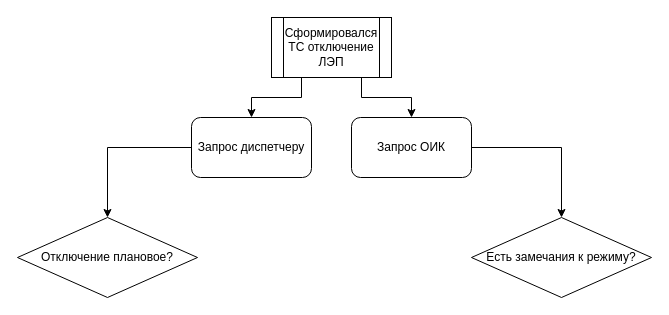
Above: Untitled Diagram.drawio in MyodsOnline/web_interfaces (draw.io), before the change. Source tidied: cells renumbered, new cells numbered last; positions are measured from the earlier drawing's top-left corner, leaving out a move shared by most shapes. Both pictures are drawn from the tidied source at 100%, with x=0, y=0 at pixel (17, 17).
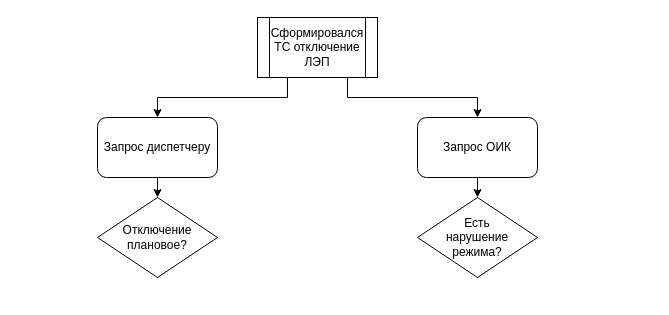
The same diagram, later.

What changed in the source:
```diff
@@
 <mxGraphModel>
   <root>
     <mxCell id="0" />
     <mxCell id="1" parent="0" />
-    <mxCell id="2" value="Отключение плановое?" style="rhombus;whiteSpace=wrap;html=1;" parent="1" vertex="1">
-      <mxGeometry y="200" width="180" height="80" as="geometry" />
+    <mxCell id="2" value="Отключение&lt;br&gt;плановое?" style="rhombus;whiteSpace=wrap;html=1;" parent="1" vertex="1">
+      <mxGeometry x="80" y="180" width="120" height="80" as="geometry" />
     </mxCell>
     <mxCell id="3" style="edgeStyle=orthogonalEdgeStyle;rounded=0;jettySize=auto;html=1;exitX=0.75;exitY=1;exitDx=0;exitDy=0;entryX=0.5;entryY=0;entryDx=0;entryDy=0;" parent="1" edge="1" source="5" target="9">
       <mxGeometry relative="1" as="geometry" />
     </mxCell>
     <mxCell id="4" style="edgeStyle=orthogonalEdgeStyle;rounded=0;jettySize=auto;html=1;exitX=0.25;exitY=1;exitDx=0;exitDy=0;" parent="1" edge="1" source="5" target="7">
       <mxGeometry relative="1" as="geometry" />
     </mxCell>
     <mxCell id="5" value="Сформировался ТС отключение ЛЭП" style="shape=process;whiteSpace=wrap;html=1;backgroundOutline=1;" parent="1" vertex="1">
-      <mxGeometry x="254" width="120" height="60" as="geometry" />
+      <mxGeometry x="240" width="120" height="60" as="geometry" />
     </mxCell>
-    <mxCell id="6" style="edgeStyle=orthogonalEdgeStyle;rounded=0;jettySize=auto;html=1;exitX=0;exitY=0.5;exitDx=0;exitDy=0;entryX=0.5;entryY=0;entryDx=0;entryDy=0;" parent="1" edge="1" source="7" target="2">
+    <mxCell id="6" style="edgeStyle=orthogonalEdgeStyle;rounded=0;jettySize=auto;html=1;exitX=0.5;exitY=1;exitDx=0;exitDy=0;entryX=0.5;entryY=0;entryDx=0;entryDy=0;" parent="1" edge="1" source="7" target="2">
       <mxGeometry relative="1" as="geometry" />
     </mxCell>
     <mxCell id="7" value="Запрос диспетчеру" style="rounded=1;whiteSpace=wrap;html=1;" parent="1" vertex="1">
-      <mxGeometry x="174" y="100" width="120" height="60" as="geometry" />
+      <mxGeometry x="80" y="100" width="120" height="60" as="geometry" />
     </mxCell>
-    <mxCell id="8" style="edgeStyle=orthogonalEdgeStyle;rounded=0;jettySize=auto;html=1;exitX=1;exitY=0.5;exitDx=0;exitDy=0;entryX=0.5;entryY=0;entryDx=0;entryDy=0;" parent="1" edge="1" source="9" target="10">
+    <mxCell id="8" style="edgeStyle=orthogonalEdgeStyle;rounded=0;jettySize=auto;html=1;exitX=0.5;exitY=1;exitDx=0;exitDy=0;entryX=0.5;entryY=0;entryDx=0;entryDy=0;" parent="1" edge="1" source="9" target="10">
       <mxGeometry relative="1" as="geometry" />
     </mxCell>
     <mxCell id="9" value="Запрос ОИК" style="rounded=1;whiteSpace=wrap;html=1;" parent="1" vertex="1">
-      <mxGeometry x="334" y="100" width="120" height="60" as="geometry" />
+      <mxGeometry x="400" y="100" width="120" height="60" as="geometry" />
     </mxCell>
-    <mxCell id="10" value="Есть замечания к режиму?" style="rhombus;whiteSpace=wrap;html=1;" parent="1" vertex="1">
-      <mxGeometry x="454" y="200" width="180" height="80" as="geometry" />
+    <mxCell id="10" value="Есть&lt;br&gt;нарушение&lt;br&gt;режима?" style="rhombus;whiteSpace=wrap;html=1;" parent="1" vertex="1">
+      <mxGeometry x="400" y="180" width="120" height="80" as="geometry" />
     </mxCell>
   </root>
 </mxGraphModel>
```
